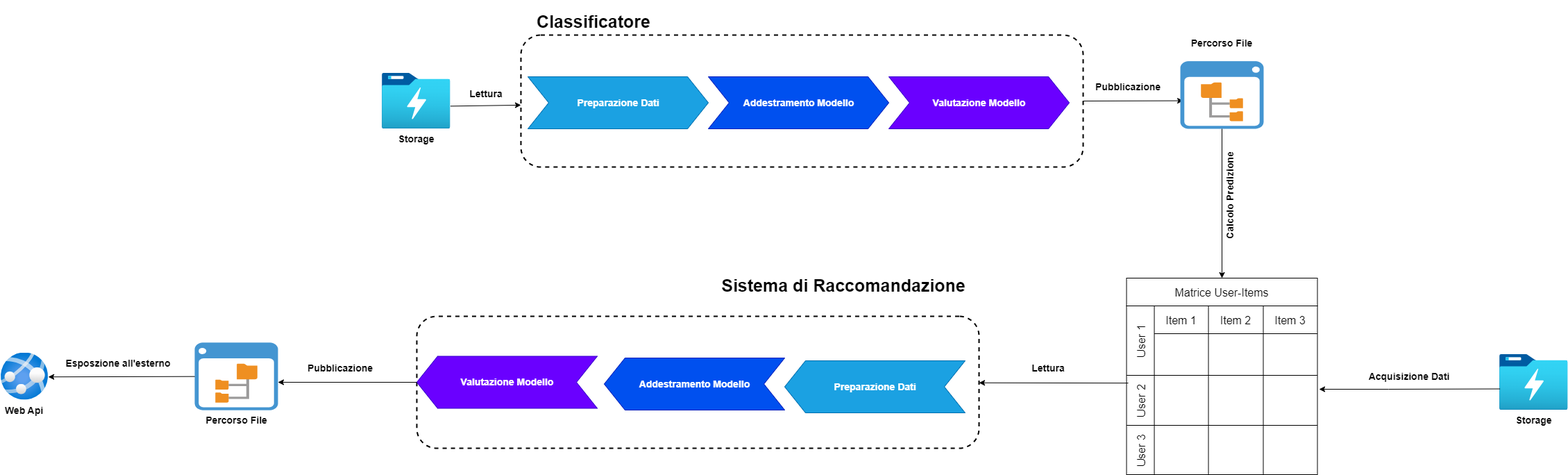
Above: Documentazione/Tesi/Immagini/Architettura-Recommender System.png in speaking-codes/QuickApp (draw.io), before the change. Source tidied: cells renumbered, new cells last; positions are measured from the earlier drawing's top-left corner, leaving out a move shared by most shapes. The source it was exported from:
```xml
<mxGraphModel>
  <root>
    <mxCell id="0" />
    <mxCell id="1" parent="0" />
    <mxCell id="2" value="Storage" style="image;html=1;points=[];align=center;fontSize=14;image=img/lib/azure2/analytics/Data_Lake_Store_Gen1.svg;fontStyle=1;" parent="1" vertex="1">
      <mxGeometry x="550" y="105" width="98.5" height="80" as="geometry" />
    </mxCell>
    <mxCell id="3" style="rounded=1;whiteSpace=wrap;html=1;dashed=1;strokeWidth=2;fillColor=none;" parent="1" vertex="1">
      <mxGeometry x="750" y="50" width="810" height="190" as="geometry" />
    </mxCell>
    <mxCell id="4" value="Classificatore" style="text;html=1;align=center;verticalAlign=middle;whiteSpace=wrap;rounded=0;fontStyle=1;fontSize=25;" parent="1" vertex="1">
      <mxGeometry x="770" width="170" height="60" as="geometry" />
    </mxCell>
    <mxCell id="5" style="endArrow=classic;html=1;rounded=0;exitX=1;exitY=0.592;exitDx=0;exitDy=0;exitPerimeter=0;" parent="1" edge="1" source="2" target="3">
      <mxGeometry relative="1" as="geometry" />
    </mxCell>
    <mxCell id="6" value="Lettura" style="text;html=1;align=center;verticalAlign=middle;whiteSpace=wrap;rounded=0;fontStyle=1;fontSize=14;" parent="1" vertex="1">
      <mxGeometry x="670" y="120" width="60" height="30" as="geometry" />
    </mxCell>
    <mxCell id="7" value="Preparazione Dati" style="html=1;shadow=0;dashed=0;align=center;verticalAlign=middle;shape=mxgraph.arrows2.arrow;dy=0;dx=30;notch=30;fontStyle=1;fontSize=14;fillColor=#1ba1e2;strokeColor=#006EAF;fontColor=#ffffff;" parent="1" vertex="1">
      <mxGeometry x="760" y="110" width="260" height="75" as="geometry" />
    </mxCell>
    <mxCell id="8" value="Addestramento Modello" style="html=1;shadow=0;dashed=0;align=center;verticalAlign=middle;shape=mxgraph.arrows2.arrow;dy=0;dx=30;notch=30;fontStyle=1;fontSize=14;fillColor=#0050ef;fontColor=#ffffff;strokeColor=#001DBC;" parent="1" vertex="1">
      <mxGeometry x="1020" y="110" width="260" height="75" as="geometry" />
    </mxCell>
    <mxCell id="9" value="Valutazione Modello" style="html=1;shadow=0;dashed=0;align=center;verticalAlign=middle;shape=mxgraph.arrows2.arrow;dy=0;dx=30;notch=30;fontStyle=1;fontSize=14;fillColor=#6a00ff;fontColor=#ffffff;strokeColor=#3700CC;" parent="1" vertex="1">
      <mxGeometry x="1280" y="110" width="260" height="75" as="geometry" />
    </mxCell>
    <mxCell id="10" style="endArrow=classic;html=1;rounded=0;exitX=1;exitY=0.5;exitDx=0;exitDy=0;entryX=0.034;entryY=0.585;entryDx=0;entryDy=0;entryPerimeter=0;" parent="1" edge="1" source="3" target="11">
      <mxGeometry relative="1" as="geometry" />
    </mxCell>
    <mxCell id="11" style="shadow=0;dashed=0;html=1;strokeColor=none;fillColor=#4495D1;labelPosition=center;verticalLabelPosition=bottom;verticalAlign=top;align=center;outlineConnect=0;shape=mxgraph.veeam.2d.file_system_browser;fontSize=14;fontStyle=1;horizontal=0;labelBackgroundColor=none;" parent="1" vertex="1">
      <mxGeometry x="1700" y="87.6" width="120" height="97.4" as="geometry" />
    </mxCell>
    <mxCell id="12" value="Pubblicazione" style="text;html=1;align=center;verticalAlign=middle;whiteSpace=wrap;rounded=0;fontStyle=1;fontSize=14;" parent="1" vertex="1">
      <mxGeometry x="1570" y="110" width="110" height="30" as="geometry" />
    </mxCell>
    <mxCell id="13" value="Storage" style="image;html=1;points=[];align=center;fontSize=14;image=img/lib/azure2/analytics/Data_Lake_Store_Gen1.svg;fontStyle=1;" parent="1" vertex="1">
      <mxGeometry x="2160" y="510" width="98.5" height="80" as="geometry" />
    </mxCell>
    <mxCell id="14" style="endArrow=classic;html=1;rounded=0;exitX=0.006;exitY=0.619;exitDx=0;exitDy=0;exitPerimeter=0;" parent="1" edge="1" source="13">
      <mxGeometry relative="1" as="geometry">
        <mxPoint x="1900" y="560" as="targetPoint" />
        <Array as="points">
          <mxPoint x="2000" y="560" />
        </Array>
      </mxGeometry>
    </mxCell>
    <mxCell id="15" value="Acquisizione Dati" style="text;html=1;align=center;verticalAlign=middle;whiteSpace=wrap;rounded=0;fontStyle=1;fontSize=14;" parent="1" vertex="1">
      <mxGeometry x="1960" y="526.5" width="140" height="30" as="geometry" />
    </mxCell>
    <mxCell id="16" value="&#10;&lt;span style=&quot;color: rgb(0, 0, 0); font-family: Helvetica; font-size: 14px; font-style: normal; font-variant-ligatures: normal; font-variant-caps: normal; font-weight: 700; letter-spacing: normal; orphans: 2; text-align: center; text-indent: 0px; text-transform: none; widows: 2; word-spacing: 0px; -webkit-text-stroke-width: 0px; white-space: nowrap; text-decoration-thickness: initial; text-decoration-style: initial; text-decoration-color: initial; float: none; display: inline !important;&quot;&gt;Percorso File&lt;/span&gt;&#10;&#10;" style="text;html=1;align=center;verticalAlign=top;whiteSpace=wrap;rounded=0;fontStyle=1;fontSize=14;labelBackgroundColor=none;" parent="1" vertex="1">
      <mxGeometry x="1705" y="30" width="110" height="50" as="geometry" />
    </mxCell>
    <mxCell id="17" value="Calcolo Predizione" style="endArrow=classic;html=1;rounded=0;fontSize=14;fontStyle=1;horizontal=0;verticalAlign=top;align=center;labelBackgroundColor=none;spacingBottom=0;spacing=2;spacingLeft=8;entryX=0.5;entryY=0;entryDx=0;entryDy=0;" parent="1" edge="1" source="11" target="18">
      <mxGeometry x="-0.17" relative="1" as="geometry" />
    </mxCell>
    <mxCell id="18" value="Matrice User-Items" style="shape=table;startSize=40;fontSize=16;" parent="1" vertex="1">
      <mxGeometry x="1622.5" y="400" width="275" height="283" as="geometry" />
    </mxCell>
    <mxCell id="19" value="User 1" style="shape=tableRow;horizontal=0;swimlaneHead=0;swimlaneBody=0;top=0;left=0;strokeColor=inherit;bottom=0;right=0;fontStyle=0;fillColor=none;startSize=40;fontSize=16;" parent="18" vertex="1">
      <mxGeometry y="40" width="275" height="100" as="geometry" />
    </mxCell>
    <mxCell id="20" value="Item 1" style="swimlane;swimlaneHead=0;swimlaneBody=0;fontStyle=0;strokeColor=inherit;fillColor=none;startSize=40;fontSize=16;" parent="19" vertex="1">
      <mxGeometry x="40" width="78" height="100" as="geometry" />
    </mxCell>
    <mxCell id="21" value="Item 2" style="swimlane;swimlaneHead=0;swimlaneBody=0;fontStyle=0;strokeColor=inherit;fillColor=none;startSize=40;fontSize=16;" parent="19" vertex="1">
      <mxGeometry x="118" width="79" height="100" as="geometry" />
    </mxCell>
    <mxCell id="22" value="Item 3" style="swimlane;swimlaneHead=0;swimlaneBody=0;fontStyle=0;strokeColor=inherit;fillColor=none;startSize=40;fontSize=16;" parent="19" vertex="1">
      <mxGeometry x="197" width="78" height="100" as="geometry" />
    </mxCell>
    <mxCell id="23" value="User 2" style="shape=tableRow;horizontal=0;swimlaneHead=0;swimlaneBody=0;top=0;left=0;strokeColor=inherit;bottom=0;right=0;fontStyle=0;fillColor=none;points=[[0,0.5],[1,0.5]];portConstraint=eastwest;startSize=40;fontSize=16;" parent="18" vertex="1">
      <mxGeometry y="140" width="275" height="72" as="geometry" />
    </mxCell>
    <mxCell id="24" style="swimlane;swimlaneHead=0;swimlaneBody=0;fontStyle=0;strokeColor=inherit;fillColor=none;startSize=0;fontSize=16;" parent="23" vertex="1">
      <mxGeometry x="40" width="78" height="72" as="geometry" />
    </mxCell>
    <mxCell id="25" style="swimlane;swimlaneHead=0;swimlaneBody=0;fontStyle=0;strokeColor=inherit;fillColor=none;startSize=0;fontSize=16;" parent="23" vertex="1">
      <mxGeometry x="118" width="79" height="72" as="geometry" />
    </mxCell>
    <mxCell id="26" style="swimlane;swimlaneHead=0;swimlaneBody=0;fontStyle=0;strokeColor=inherit;fillColor=none;startSize=0;fontSize=16;" parent="23" vertex="1">
      <mxGeometry x="197" width="78" height="72" as="geometry" />
    </mxCell>
    <mxCell id="27" value="User 3" style="shape=tableRow;horizontal=0;swimlaneHead=0;swimlaneBody=0;top=0;left=0;strokeColor=inherit;bottom=0;right=0;fontStyle=0;fillColor=none;startSize=40;fontSize=16;" parent="18" vertex="1">
      <mxGeometry y="212" width="275" height="71" as="geometry" />
    </mxCell>
    <mxCell id="28" style="swimlane;swimlaneHead=0;swimlaneBody=0;fontStyle=0;strokeColor=inherit;fillColor=none;startSize=0;fontSize=16;" parent="27" vertex="1">
      <mxGeometry x="40" width="78" height="71" as="geometry" />
    </mxCell>
    <mxCell id="29" style="swimlane;swimlaneHead=0;swimlaneBody=0;fontStyle=0;strokeColor=inherit;fillColor=none;startSize=0;fontSize=16;" parent="27" vertex="1">
      <mxGeometry x="118" width="79" height="71" as="geometry" />
    </mxCell>
    <mxCell id="30" style="swimlane;swimlaneHead=0;swimlaneBody=0;fontStyle=0;strokeColor=inherit;fillColor=none;startSize=0;fontSize=16;" parent="27" vertex="1">
      <mxGeometry x="197" width="78" height="71" as="geometry" />
    </mxCell>
    <mxCell id="31" style="rounded=1;whiteSpace=wrap;html=1;dashed=1;strokeWidth=2;fillColor=none;flipH=1;" parent="1" vertex="1">
      <mxGeometry x="600" y="455" width="810" height="190" as="geometry" />
    </mxCell>
    <mxCell id="32" value="Sistema di Raccomandazione" style="text;html=1;align=center;verticalAlign=middle;whiteSpace=wrap;rounded=0;fontStyle=1;fontSize=25;flipH=1;" parent="1" vertex="1">
      <mxGeometry x="1030" y="380" width="370" height="60" as="geometry" />
    </mxCell>
    <mxCell id="33" value="Preparazione Dati" style="html=1;shadow=0;dashed=0;align=center;verticalAlign=middle;shape=mxgraph.arrows2.arrow;dy=0;dx=30;notch=30;fontStyle=1;fontSize=14;fillColor=#1ba1e2;strokeColor=#006EAF;fontColor=#ffffff;flipH=1;" parent="1" vertex="1">
      <mxGeometry x="1130" y="519" width="260" height="75" as="geometry" />
    </mxCell>
    <mxCell id="34" value="Addestramento Modello" style="html=1;shadow=0;dashed=0;align=center;verticalAlign=middle;shape=mxgraph.arrows2.arrow;dy=0;dx=30;notch=30;fontStyle=1;fontSize=14;fillColor=#0050ef;fontColor=#ffffff;strokeColor=#001DBC;flipH=1;" parent="1" vertex="1">
      <mxGeometry x="870" y="515" width="260" height="75" as="geometry" />
    </mxCell>
    <mxCell id="35" value="Valutazione Modello" style="html=1;shadow=0;dashed=0;align=center;verticalAlign=middle;shape=mxgraph.arrows2.arrow;dy=0;dx=30;notch=30;fontStyle=1;fontSize=14;fillColor=#6a00ff;fontColor=#ffffff;strokeColor=#3700CC;flipH=1;" parent="1" vertex="1">
      <mxGeometry x="600" y="512.5" width="260" height="75" as="geometry" />
    </mxCell>
    <mxCell id="36" style="endArrow=classic;html=1;rounded=0;exitX=0.009;exitY=0.155;exitDx=0;exitDy=0;exitPerimeter=0;" parent="1" edge="1" source="23" target="31">
      <mxGeometry relative="1" as="geometry" />
    </mxCell>
    <mxCell id="37" value="Lettura" style="text;html=1;align=center;verticalAlign=middle;whiteSpace=wrap;rounded=0;fontStyle=1;fontSize=14;" parent="1" vertex="1">
      <mxGeometry x="1480" y="515" width="60" height="30" as="geometry" />
    </mxCell>
    <mxCell id="38" style="endArrow=classic;html=1;rounded=0;exitX=1;exitY=0.5;exitDx=0;exitDy=0;entryX=0.034;entryY=0.585;entryDx=0;entryDy=0;entryPerimeter=0;" parent="1" edge="1" target="39">
      <mxGeometry relative="1" as="geometry">
        <mxPoint x="304.1" y="540" as="sourcePoint" />
      </mxGeometry>
    </mxCell>
    <mxCell id="39" value="Percorso File" style="shadow=0;dashed=0;html=1;strokeColor=none;fillColor=#4495D1;labelPosition=center;verticalLabelPosition=bottom;verticalAlign=top;align=center;outlineConnect=0;shape=mxgraph.veeam.2d.file_system_browser;fontSize=14;fontStyle=1;flipH=1;" parent="1" vertex="1">
      <mxGeometry x="280" y="492.8" width="120" height="97.4" as="geometry" />
    </mxCell>
    <mxCell id="40" value="Pubblicazione" style="text;html=1;align=center;verticalAlign=middle;whiteSpace=wrap;rounded=0;fontStyle=1;fontSize=14;flipH=1;" parent="1" vertex="1">
      <mxGeometry x="430" y="515" width="120" height="30" as="geometry" />
    </mxCell>
    <mxCell id="41" value="Web Api" style="image;html=1;points=[];align=center;fontSize=14;image=img/lib/azure2/app_services/App_Services.svg;fontStyle=1;flipH=1;" parent="1" vertex="1">
      <mxGeometry y="507.5" width="68" height="68" as="geometry" />
    </mxCell>
    <mxCell id="42" value="Esposzione all'esterno" style="text;html=1;align=center;verticalAlign=middle;whiteSpace=wrap;rounded=0;fontStyle=1;fontSize=14;flipH=1;" parent="1" vertex="1">
      <mxGeometry x="90" y="507.5" width="160" height="30" as="geometry" />
    </mxCell>
    <mxCell id="43" style="endArrow=classic;html=1;rounded=0;entryX=-0.016;entryY=0.511;entryDx=0;entryDy=0;entryPerimeter=0;" parent="1" edge="1" source="39" target="41">
      <mxGeometry relative="1" as="geometry" />
    </mxCell>
    <mxCell id="44" style="endArrow=classic;html=1;rounded=0;entryX=0;entryY=0.587;entryDx=0;entryDy=0;entryPerimeter=0;exitX=0;exitY=0.5;exitDx=0;exitDy=0;" parent="1" edge="1" source="31" target="39">
      <mxGeometry relative="1" as="geometry" />
    </mxCell>
  </root>
</mxGraphModel>
```
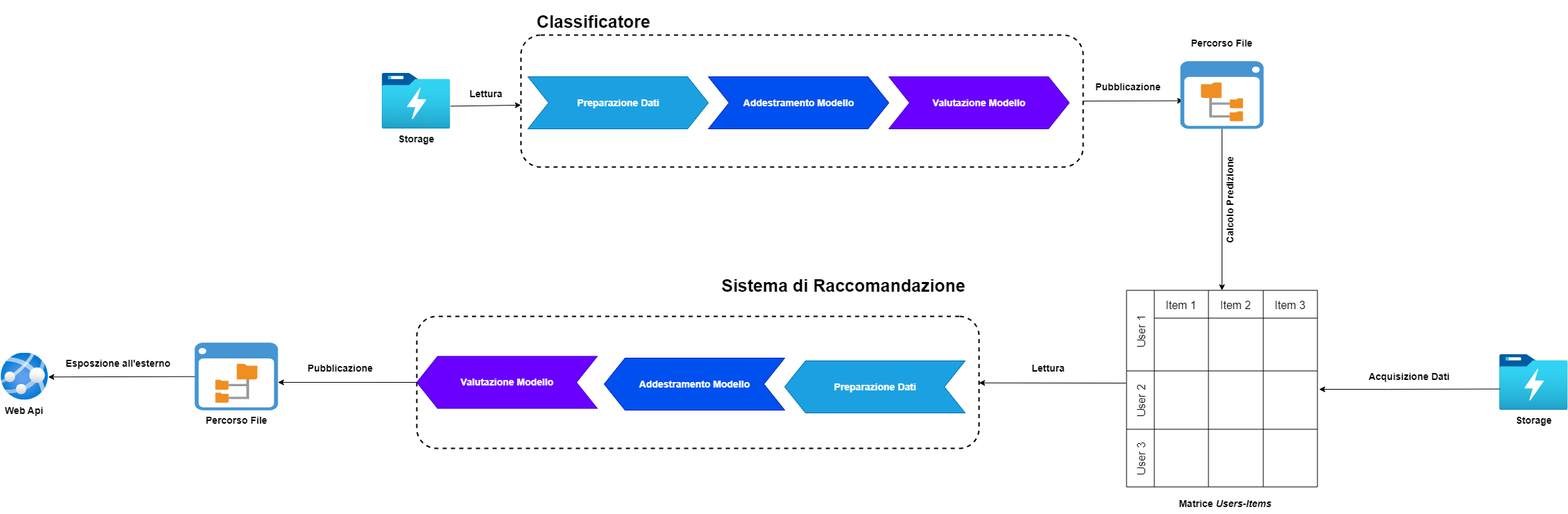
The same file after the commit.

Change to the diagram source:
```diff
@@ -55,44 +55,44 @@
     <mxCell id="17" value="Calcolo Predizione" style="endArrow=classic;html=1;rounded=0;fontSize=14;fontStyle=1;horizontal=0;verticalAlign=top;align=center;labelBackgroundColor=none;spacingBottom=0;spacing=2;spacingLeft=8;entryX=0.5;entryY=0;entryDx=0;entryDy=0;" parent="1" edge="1" source="11" target="18">
       <mxGeometry x="-0.17" relative="1" as="geometry" />
     </mxCell>
-    <mxCell id="18" value="Matrice User-Items" style="shape=table;startSize=40;fontSize=16;" parent="1" vertex="1">
-      <mxGeometry x="1622.5" y="400" width="275" height="283" as="geometry" />
+    <mxCell id="18" style="shape=table;startSize=0;fontSize=16;rounded=0;strokeColor=default;" parent="1" vertex="1">
+      <mxGeometry x="1622.5" y="417.5" width="275" height="283" as="geometry" />
     </mxCell>
     <mxCell id="19" value="User 1" style="shape=tableRow;horizontal=0;swimlaneHead=0;swimlaneBody=0;top=0;left=0;strokeColor=inherit;bottom=0;right=0;fontStyle=0;fillColor=none;startSize=40;fontSize=16;" parent="18" vertex="1">
-      <mxGeometry y="40" width="275" height="100" as="geometry" />
+      <mxGeometry width="275" height="116" as="geometry" />
     </mxCell>
     <mxCell id="20" value="Item 1" style="swimlane;swimlaneHead=0;swimlaneBody=0;fontStyle=0;strokeColor=inherit;fillColor=none;startSize=40;fontSize=16;" parent="19" vertex="1">
-      <mxGeometry x="40" width="78" height="100" as="geometry" />
+      <mxGeometry x="40" width="78" height="116" as="geometry" />
     </mxCell>
     <mxCell id="21" value="Item 2" style="swimlane;swimlaneHead=0;swimlaneBody=0;fontStyle=0;strokeColor=inherit;fillColor=none;startSize=40;fontSize=16;" parent="19" vertex="1">
-      <mxGeometry x="118" width="79" height="100" as="geometry" />
+      <mxGeometry x="118" width="79" height="116" as="geometry" />
     </mxCell>
     <mxCell id="22" value="Item 3" style="swimlane;swimlaneHead=0;swimlaneBody=0;fontStyle=0;strokeColor=inherit;fillColor=none;startSize=40;fontSize=16;" parent="19" vertex="1">
-      <mxGeometry x="197" width="78" height="100" as="geometry" />
+      <mxGeometry x="197" width="78" height="116" as="geometry" />
     </mxCell>
     <mxCell id="23" value="User 2" style="shape=tableRow;horizontal=0;swimlaneHead=0;swimlaneBody=0;top=0;left=0;strokeColor=inherit;bottom=0;right=0;fontStyle=0;fillColor=none;points=[[0,0.5],[1,0.5]];portConstraint=eastwest;startSize=40;fontSize=16;" parent="18" vertex="1">
-      <mxGeometry y="140" width="275" height="72" as="geometry" />
+      <mxGeometry y="116" width="275" height="84" as="geometry" />
     </mxCell>
     <mxCell id="24" style="swimlane;swimlaneHead=0;swimlaneBody=0;fontStyle=0;strokeColor=inherit;fillColor=none;startSize=0;fontSize=16;" parent="23" vertex="1">
-      <mxGeometry x="40" width="78" height="72" as="geometry" />
+      <mxGeometry x="40" width="78" height="84" as="geometry" />
     </mxCell>
     <mxCell id="25" style="swimlane;swimlaneHead=0;swimlaneBody=0;fontStyle=0;strokeColor=inherit;fillColor=none;startSize=0;fontSize=16;" parent="23" vertex="1">
-      <mxGeometry x="118" width="79" height="72" as="geometry" />
+      <mxGeometry x="118" width="79" height="84" as="geometry" />
     </mxCell>
     <mxCell id="26" style="swimlane;swimlaneHead=0;swimlaneBody=0;fontStyle=0;strokeColor=inherit;fillColor=none;startSize=0;fontSize=16;" parent="23" vertex="1">
-      <mxGeometry x="197" width="78" height="72" as="geometry" />
+      <mxGeometry x="197" width="78" height="84" as="geometry" />
     </mxCell>
     <mxCell id="27" value="User 3" style="shape=tableRow;horizontal=0;swimlaneHead=0;swimlaneBody=0;top=0;left=0;strokeColor=inherit;bottom=0;right=0;fontStyle=0;fillColor=none;startSize=40;fontSize=16;" parent="18" vertex="1">
-      <mxGeometry y="212" width="275" height="71" as="geometry" />
+      <mxGeometry y="200" width="275" height="83" as="geometry" />
     </mxCell>
     <mxCell id="28" style="swimlane;swimlaneHead=0;swimlaneBody=0;fontStyle=0;strokeColor=inherit;fillColor=none;startSize=0;fontSize=16;" parent="27" vertex="1">
-      <mxGeometry x="40" width="78" height="71" as="geometry" />
+      <mxGeometry x="40" width="78" height="83" as="geometry" />
     </mxCell>
     <mxCell id="29" style="swimlane;swimlaneHead=0;swimlaneBody=0;fontStyle=0;strokeColor=inherit;fillColor=none;startSize=0;fontSize=16;" parent="27" vertex="1">
-      <mxGeometry x="118" width="79" height="71" as="geometry" />
+      <mxGeometry x="118" width="79" height="83" as="geometry" />
     </mxCell>
     <mxCell id="30" style="swimlane;swimlaneHead=0;swimlaneBody=0;fontStyle=0;strokeColor=inherit;fillColor=none;startSize=0;fontSize=16;" parent="27" vertex="1">
-      <mxGeometry x="197" width="78" height="71" as="geometry" />
+      <mxGeometry x="197" width="78" height="83" as="geometry" />
     </mxCell>
     <mxCell id="31" style="rounded=1;whiteSpace=wrap;html=1;dashed=1;strokeWidth=2;fillColor=none;flipH=1;" parent="1" vertex="1">
       <mxGeometry x="600" y="455" width="810" height="190" as="geometry" />
@@ -109,7 +109,7 @@
     <mxCell id="35" value="Valutazione Modello" style="html=1;shadow=0;dashed=0;align=center;verticalAlign=middle;shape=mxgraph.arrows2.arrow;dy=0;dx=30;notch=30;fontStyle=1;fontSize=14;fillColor=#6a00ff;fontColor=#ffffff;strokeColor=#3700CC;flipH=1;" parent="1" vertex="1">
       <mxGeometry x="600" y="512.5" width="260" height="75" as="geometry" />
     </mxCell>
-    <mxCell id="36" style="endArrow=classic;html=1;rounded=0;exitX=0.009;exitY=0.155;exitDx=0;exitDy=0;exitPerimeter=0;" parent="1" edge="1" source="23" target="31">
+    <mxCell id="36" style="endArrow=classic;html=1;rounded=0;exitX=-0.003;exitY=0.472;exitDx=0;exitDy=0;exitPerimeter=0;" parent="1" edge="1" source="18" target="31">
       <mxGeometry relative="1" as="geometry" />
     </mxCell>
     <mxCell id="37" value="Lettura" style="text;html=1;align=center;verticalAlign=middle;whiteSpace=wrap;rounded=0;fontStyle=1;fontSize=14;" parent="1" vertex="1">
@@ -138,5 +138,8 @@
     <mxCell id="44" style="endArrow=classic;html=1;rounded=0;entryX=0;entryY=0.587;entryDx=0;entryDy=0;entryPerimeter=0;exitX=0;exitY=0.5;exitDx=0;exitDy=0;" parent="1" edge="1" source="31" target="39">
       <mxGeometry relative="1" as="geometry" />
     </mxCell>
+    <mxCell id="45" value="Matrice &lt;i&gt;Users-Items&lt;/i&gt;" style="text;html=1;align=center;verticalAlign=middle;whiteSpace=wrap;rounded=0;fontSize=14;fontStyle=1;" parent="1" vertex="1">
+      <mxGeometry x="1630" y="710" width="270" height="30" as="geometry" />
+    </mxCell>
   </root>
 </mxGraphModel>
```
